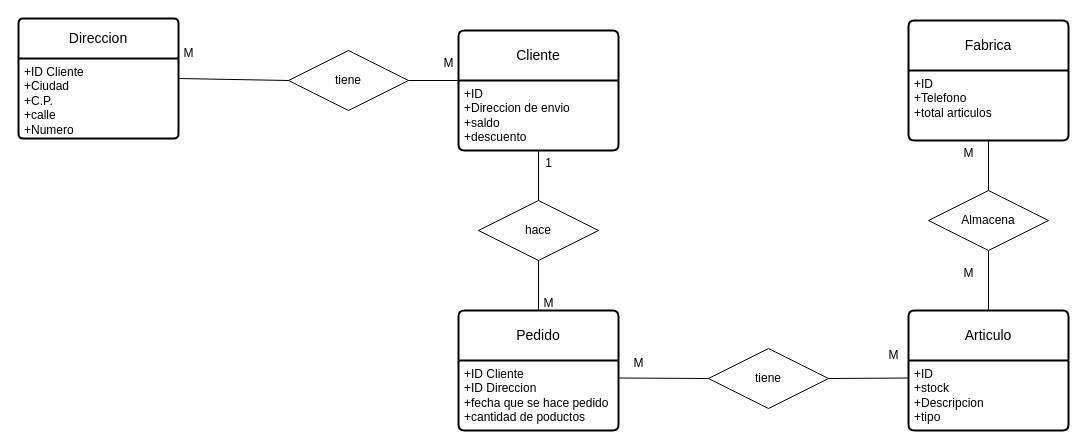
The draw.io diagram BBDD/Ejercicios/pyme.drawio in martinhidalgojavier/1DAM-Apuntes, before the edit. Source tidied: cells renumbered, new cells numbered last; positions are measured from the earlier drawing's top-left corner, leaving out a move shared by most shapes. Both pictures are drawn from the tidied source at 100%, with x=0, y=0 at pixel (18, 18).
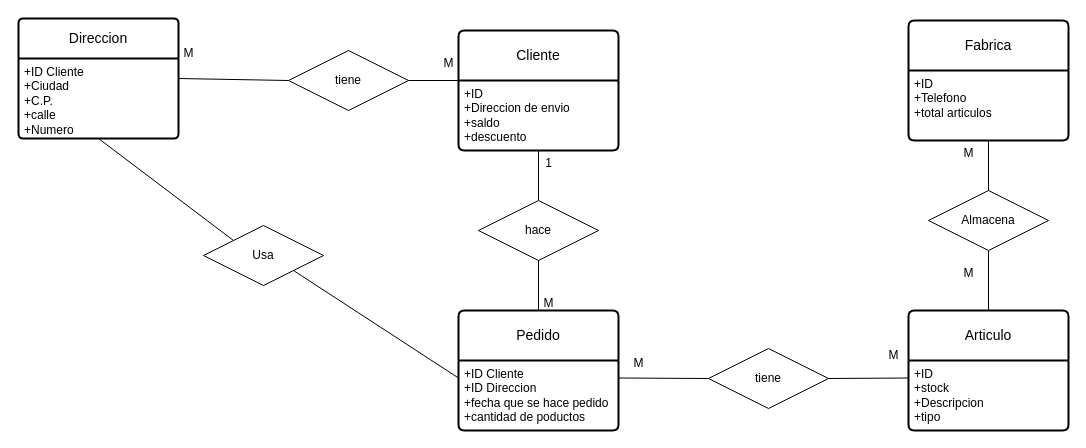
The same page after the edit.

Unchanged cells that the change refers to:
```xml
<mxCell id="8" value="+ID Cliente&lt;div&gt;+ID Direccion&lt;/div&gt;&lt;div&gt;+fecha que se hace pedido&lt;/div&gt;&lt;div&gt;+cantidad de poductos&lt;/div&gt;" style="align=left;strokeColor=none;fillColor=none;spacingLeft=4;fontSize=12;verticalAlign=top;html=1;" parent="7" vertex="1">
  <mxGeometry y="50" width="160" height="70" as="geometry" />
</mxCell>
<mxCell id="12" value="+ID Cliente&lt;div&gt;+Ciudad&lt;/div&gt;&lt;div&gt;+C.P.&lt;/div&gt;&lt;div&gt;+calle&lt;/div&gt;&lt;div&gt;+Numero&lt;/div&gt;" style="align=left;strokeColor=none;fillColor=none;spacingLeft=4;fontSize=12;verticalAlign=top;html=1;" parent="11" vertex="1">
  <mxGeometry y="40" width="160" height="80" as="geometry" />
</mxCell>
```

Change to the diagram source:
```diff
@@
+    <mxCell id="32" value="Usa" style="shape=rhombus;perimeter=rhombusPerimeter;whiteSpace=wrap;html=1;align=center;" parent="1" vertex="1">
+      <mxGeometry x="185" y="207" width="120" height="60" as="geometry" />
+    </mxCell>
+    <mxCell id="33" style="endArrow=none;html=1;entryX=0.5;entryY=1;entryDx=0;entryDy=0;exitX=0;exitY=0;exitDx=0;exitDy=0;" parent="1" edge="1" source="32" target="12">
+      <mxGeometry relative="1" as="geometry" />
+    </mxCell>
+    <mxCell id="34" style="endArrow=none;html=1;entryX=0;entryY=0.25;entryDx=0;entryDy=0;exitX=1;exitY=1;exitDx=0;exitDy=0;" parent="1" edge="1" source="32" target="8">
+      <mxGeometry relative="1" as="geometry" />
+    </mxCell>
```
